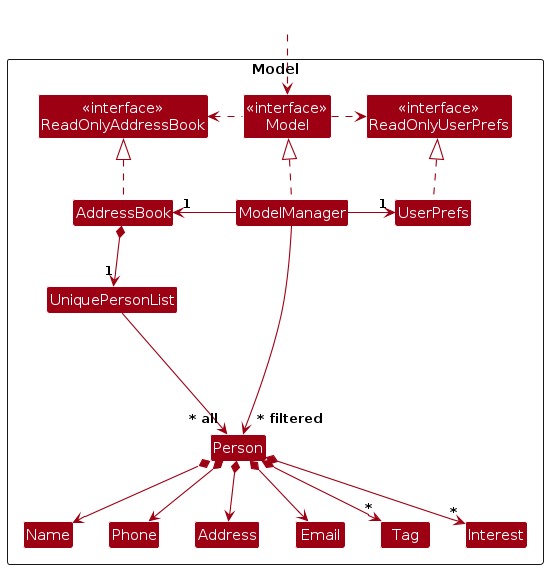
The PlantUML diagram diagrams/ModelClassDiagram.png in AY2324S2-CS2103-F15-4/tp, before a commit. Its source is kept beside it as diagrams/ModelClassDiagram.puml.
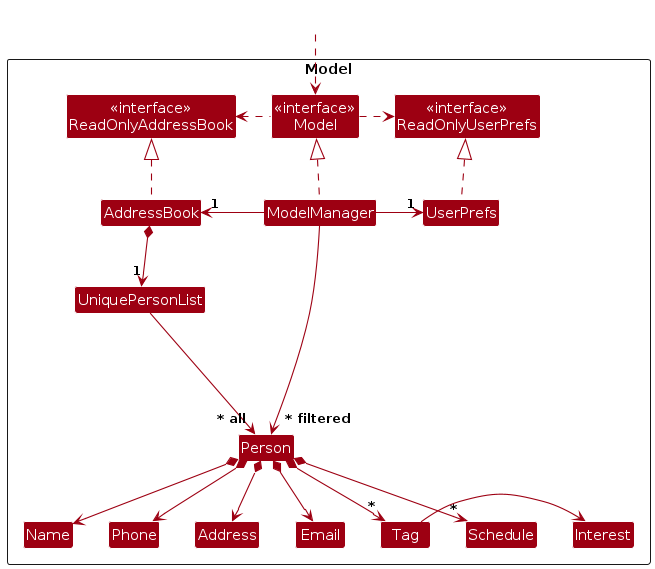
Later version of the same file.

The edit, as a diff of the source:
```diff
@@ -19,6 +19,7 @@
 Class Name
 Class Phone
 Class Tag
+Class Schedule
 Class Interest
 
 Class I #FFFFFF
@@ -43,7 +44,8 @@
 Person *--> Email
 Person *--> Address
 Person *--> "*" Tag
-Person *--> "*" Interest
+Person *--> "*" Schedule
+Tag --> Interest
 
 Person -[hidden]up--> I
 UniquePersonList -[hidden]right-> I
```
